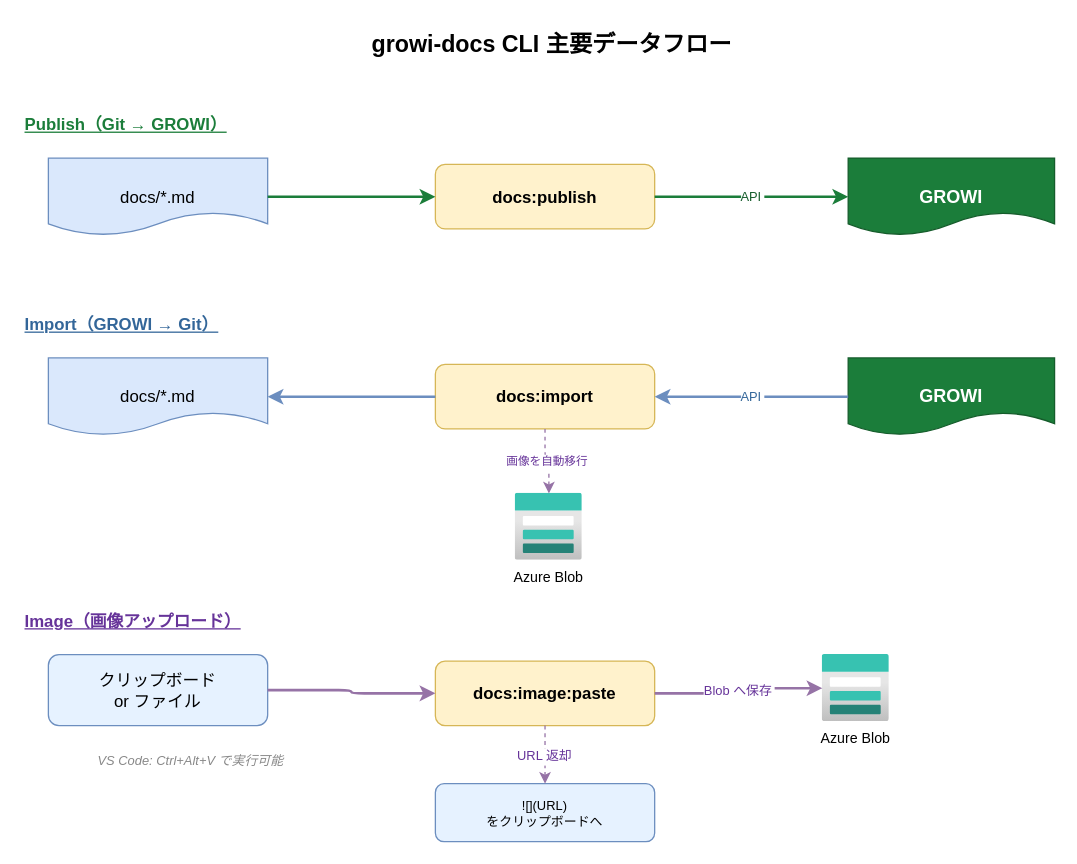
Mori-Taiki/Presentation keeps this draw.io diagram as TechMeeting202604/docs-dataflow.drawio. Above is the earlier version. Source tidied: cells renumbered, new cells numbered last; positions are measured from the earlier drawing's top-left corner, leaving out a move shared by most shapes. Both pictures are drawn from the tidied source at 129%, with x=0, y=0 at pixel (22, 22).
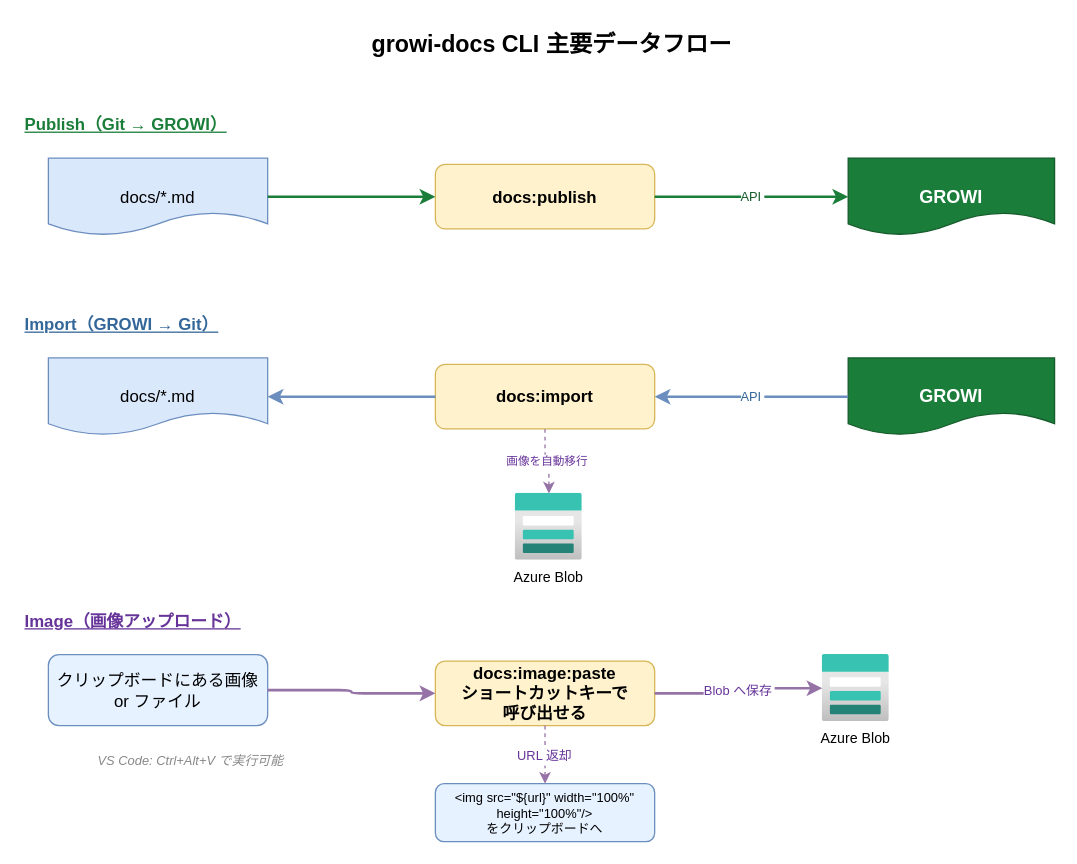
The same page after the edit.

Diff of the diagram source:
```diff
@@
-    <mxCell id="18" value="クリップボード&#10;or ファイル" style="rounded=1;whiteSpace=wrap;fillColor=#E6F2FF;strokeColor=#6C8EBF;fontSize=13;" parent="1" vertex="1">
+    <mxCell id="18" value="クリップボードにある画像&#10;or ファイル" style="rounded=1;whiteSpace=wrap;fillColor=#E6F2FF;strokeColor=#6C8EBF;fontSize=13;" parent="1" vertex="1">
       <mxGeometry x="20" y="490" width="170" height="55" as="geometry" />
     </mxCell>
-    <mxCell id="19" value="docs:image:paste" style="rounded=1;whiteSpace=wrap;fillColor=#FFF2CC;strokeColor=#D6B656;fontSize=13;fontStyle=1;" parent="1" vertex="1">
+    <mxCell id="19" value="docs:image:paste&#10;ショートカットキーで&#10;呼び出せる" style="rounded=1;whiteSpace=wrap;fillColor=#FFF2CC;strokeColor=#D6B656;fontSize=13;fontStyle=1;" parent="1" vertex="1">
       <mxGeometry x="320" y="495" width="170" height="50" as="geometry" />
     </mxCell>
@@
-    <mxCell id="21" value="![](URL)&#10;をクリップボードへ" style="rounded=1;whiteSpace=wrap;fillColor=#E6F2FF;strokeColor=#6C8EBF;fontSize=10;" parent="1" vertex="1">
+    <mxCell id="21" value="&lt;img src=&quot;${url}&quot; width=&quot;100%&quot; height=&quot;100%&quot;/&gt;&#10;をクリップボードへ" style="rounded=1;whiteSpace=wrap;fillColor=#E6F2FF;strokeColor=#6C8EBF;fontSize=10;" parent="1" vertex="1">
       <mxGeometry x="320" y="590" width="170" height="45" as="geometry" />
     </mxCell>
```
